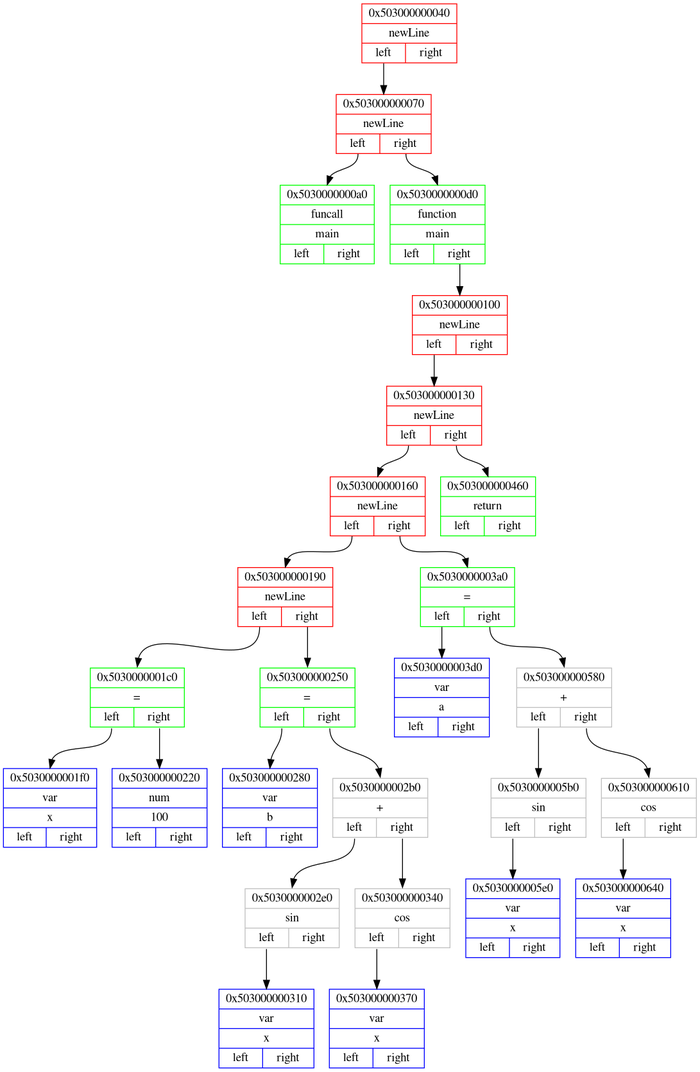
Earlier version of the Graphviz export png_files/middlendDotFile.dot.png (Matvey787/myProgLanguage). Its source is kept beside it as dot_files/middlendDotFile.dot.
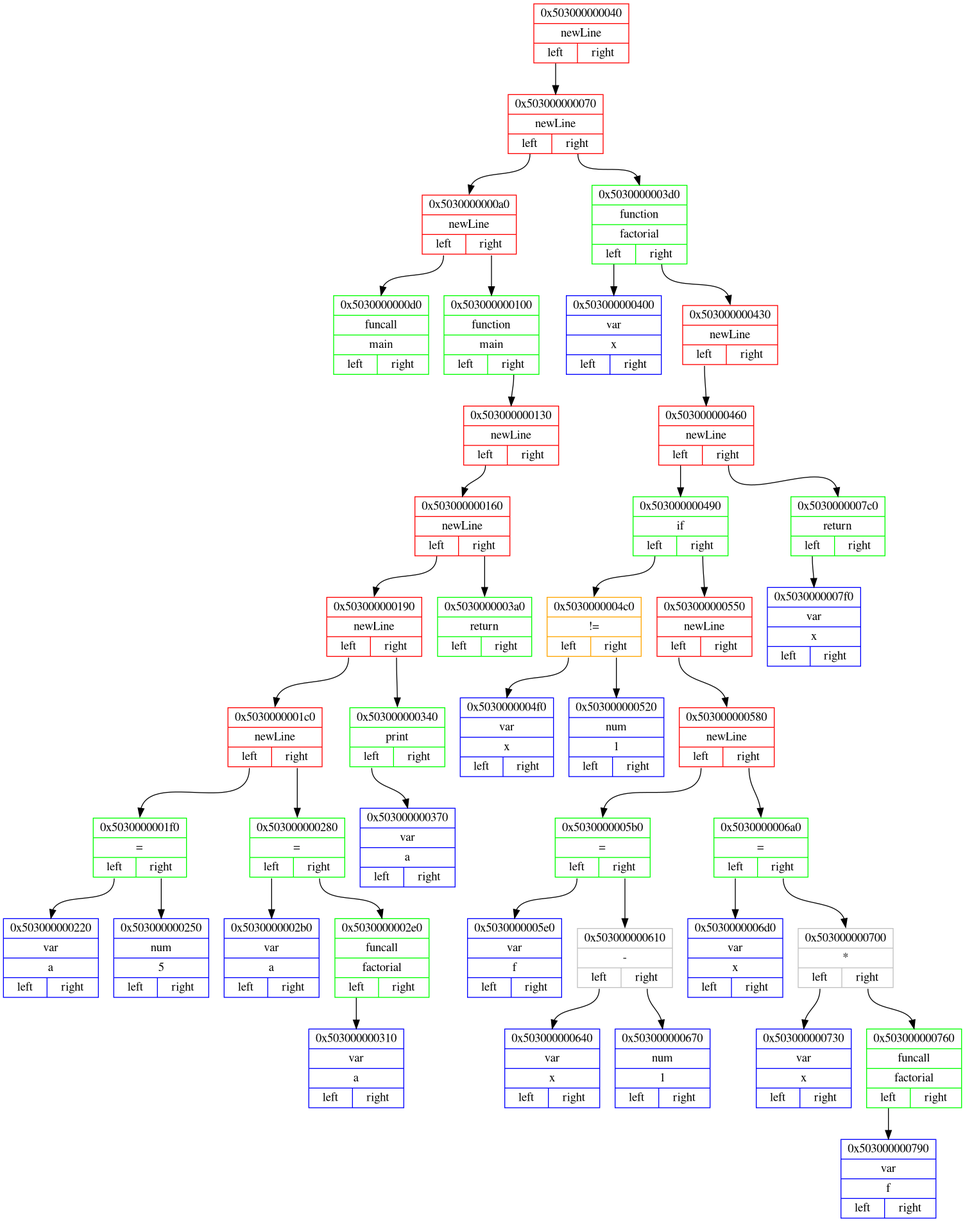
Later version of the same file.

Diff of the diagram source:
```diff
@@ -4,53 +4,85 @@
 
 node0x503000000040 [ shape=record, color = red rank = 1, label= "{ 0x503000000040 | newLine |         {<n0x503000000040_l> left | <n0x503000000040_r> right}} " ];
 node0x503000000070 [ shape=record, color = red rank = 2, label= "{ 0x503000000070 | newLine |         {<n0x503000000070_l> left | <n0x503000000070_r> right}} " ];
-node0x5030000000a0 [ shape=record, color = green rank = 3, label= "{ 0x5030000000a0 | funcall | main |         {<n0x5030000000a0_l> left | <n0x5030000000a0_r> right}} " ];
-node0x503000000070:<n0x503000000070_l>:s -> node0x5030000000a0:n [ color = black; ]
-node0x5030000000d0 [ shape=record, color = green rank = 4, label= "{ 0x5030000000d0 | function | main |         {<n0x5030000000d0_l> left | <n0x5030000000d0_r> right}} " ];
-node0x503000000100 [ shape=record, color = red rank = 5, label= "{ 0x503000000100 | newLine |         {<n0x503000000100_l> left | <n0x503000000100_r> right}} " ];
+node0x5030000000a0 [ shape=record, color = red rank = 3, label= "{ 0x5030000000a0 | newLine |         {<n0x5030000000a0_l> left | <n0x5030000000a0_r> right}} " ];
+node0x5030000000d0 [ shape=record, color = green rank = 4, label= "{ 0x5030000000d0 | funcall | main |         {<n0x5030000000d0_l> left | <n0x5030000000d0_r> right}} " ];
+node0x5030000000a0:<n0x5030000000a0_l>:s -> node0x5030000000d0:n [ color = black; ]
+node0x503000000100 [ shape=record, color = green rank = 5, label= "{ 0x503000000100 | function | main |         {<n0x503000000100_l> left | <n0x503000000100_r> right}} " ];
 node0x503000000130 [ shape=record, color = red rank = 6, label= "{ 0x503000000130 | newLine |         {<n0x503000000130_l> left | <n0x503000000130_r> right}} " ];
 node0x503000000160 [ shape=record, color = red rank = 7, label= "{ 0x503000000160 | newLine |         {<n0x503000000160_l> left | <n0x503000000160_r> right}} " ];
 node0x503000000190 [ shape=record, color = red rank = 8, label= "{ 0x503000000190 | newLine |         {<n0x503000000190_l> left | <n0x503000000190_r> right}} " ];
-node0x5030000001c0 [ shape=record, color = green rank = 9, label= "{ 0x5030000001c0 | = |         {<n0x5030000001c0_l> left | <n0x5030000001c0_r> right}} " ];
-node0x5030000001f0 [ shape=record, color = blue rank = 10, label= "{ 0x5030000001f0 | var | x |         {<n0x5030000001f0_l> left | <n0x5030000001f0_r> right}} " ];
+node0x5030000001c0 [ shape=record, color = red rank = 9, label= "{ 0x5030000001c0 | newLine |         {<n0x5030000001c0_l> left | <n0x5030000001c0_r> right}} " ];
+node0x5030000001f0 [ shape=record, color = green rank = 10, label= "{ 0x5030000001f0 | = |         {<n0x5030000001f0_l> left | <n0x5030000001f0_r> right}} " ];
+node0x503000000220 [ shape=record, color = blue rank = 11, label= "{ 0x503000000220 | var | a |         {<n0x503000000220_l> left | <n0x503000000220_r> right}} " ];
+node0x5030000001f0:<n0x5030000001f0_l>:s -> node0x503000000220:n [ color = black; ]
+node0x503000000250 [ shape=record, color = blue rank = 12, label= "{ 0x503000000250 | num | 5 |         {<n0x503000000250_l> left | <n0x503000000250_r> right}} " ];
+node0x5030000001f0:<n0x5030000001f0_r>:s -> node0x503000000250:n [ color = black; ]
 node0x5030000001c0:<n0x5030000001c0_l>:s -> node0x5030000001f0:n [ color = black; ]
-node0x503000000220 [ shape=record, color = blue rank = 11, label= "{ 0x503000000220 | num | 100 |         {<n0x503000000220_l> left | <n0x503000000220_r> right}} " ];
-node0x5030000001c0:<n0x5030000001c0_r>:s -> node0x503000000220:n [ color = black; ]
+node0x503000000280 [ shape=record, color = green rank = 11, label= "{ 0x503000000280 | = |         {<n0x503000000280_l> left | <n0x503000000280_r> right}} " ];
+node0x5030000002b0 [ shape=record, color = blue rank = 12, label= "{ 0x5030000002b0 | var | a |         {<n0x5030000002b0_l> left | <n0x5030000002b0_r> right}} " ];
+node0x503000000280:<n0x503000000280_l>:s -> node0x5030000002b0:n [ color = black; ]
+node0x5030000002e0 [ shape=record, color = green rank = 13, label= "{ 0x5030000002e0 | funcall | factorial |         {<n0x5030000002e0_l> left | <n0x5030000002e0_r> right}} " ];
+node0x503000000310 [ shape=record, color = blue rank = 14, label= "{ 0x503000000310 | var | a |         {<n0x503000000310_l> left | <n0x503000000310_r> right}} " ];
+node0x5030000002e0:<n0x5030000002e0_l>:s -> node0x503000000310:n [ color = black; ]
+node0x503000000280:<n0x503000000280_r>:s -> node0x5030000002e0:n [ color = black; ]
+node0x5030000001c0:<n0x5030000001c0_r>:s -> node0x503000000280:n [ color = black; ]
 node0x503000000190:<n0x503000000190_l>:s -> node0x5030000001c0:n [ color = black; ]
-node0x503000000250 [ shape=record, color = green rank = 10, label= "{ 0x503000000250 | = |         {<n0x503000000250_l> left | <n0x503000000250_r> right}} " ];
-node0x503000000280 [ shape=record, color = blue rank = 11, label= "{ 0x503000000280 | var | b |         {<n0x503000000280_l> left | <n0x503000000280_r> right}} " ];
-node0x503000000250:<n0x503000000250_l>:s -> node0x503000000280:n [ color = black; ]
-node0x5030000002b0 [ shape=record, color = grey rank = 12, label= "{ 0x5030000002b0 | + |         {<n0x5030000002b0_l> left | <n0x5030000002b0_r> right}} " ];
-node0x5030000002e0 [ shape=record, color = grey rank = 13, label= "{ 0x5030000002e0 | sin |         {<n0x5030000002e0_l> left | <n0x5030000002e0_r> right}} " ];
-node0x503000000310 [ shape=record, color = blue rank = 14, label= "{ 0x503000000310 | var | x |         {<n0x503000000310_l> left | <n0x503000000310_r> right}} " ];
-node0x5030000002e0:<n0x5030000002e0_l>:s -> node0x503000000310:n [ color = black; ]
-node0x5030000002b0:<n0x5030000002b0_l>:s -> node0x5030000002e0:n [ color = black; ]
-node0x503000000340 [ shape=record, color = grey rank = 14, label= "{ 0x503000000340 | cos |         {<n0x503000000340_l> left | <n0x503000000340_r> right}} " ];
-node0x503000000370 [ shape=record, color = blue rank = 15, label= "{ 0x503000000370 | var | x |         {<n0x503000000370_l> left | <n0x503000000370_r> right}} " ];
+node0x503000000340 [ shape=record, color = green rank = 10, label= "{ 0x503000000340 | print |         {<n0x503000000340_l> left | <n0x503000000340_r> right}} " ];
+node0x503000000370 [ shape=record, color = blue rank = 11, label= "{ 0x503000000370 | var | a |         {<n0x503000000370_l> left | <n0x503000000370_r> right}} " ];
 node0x503000000340:<n0x503000000340_l>:s -> node0x503000000370:n [ color = black; ]
-node0x5030000002b0:<n0x5030000002b0_r>:s -> node0x503000000340:n [ color = black; ]
-node0x503000000250:<n0x503000000250_r>:s -> node0x5030000002b0:n [ color = black; ]
-node0x503000000190:<n0x503000000190_r>:s -> node0x503000000250:n [ color = black; ]
+node0x503000000190:<n0x503000000190_r>:s -> node0x503000000340:n [ color = black; ]
 node0x503000000160:<n0x503000000160_l>:s -> node0x503000000190:n [ color = black; ]
-node0x5030000003a0 [ shape=record, color = green rank = 9, label= "{ 0x5030000003a0 | = |         {<n0x5030000003a0_l> left | <n0x5030000003a0_r> right}} " ];
-node0x5030000003d0 [ shape=record, color = blue rank = 10, label= "{ 0x5030000003d0 | var | a |         {<n0x5030000003d0_l> left | <n0x5030000003d0_r> right}} " ];
-node0x5030000003a0:<n0x5030000003a0_l>:s -> node0x5030000003d0:n [ color = black; ]
-node0x503000000580 [ shape=record, color = grey rank = 11, label= "{ 0x503000000580 | + |         {<n0x503000000580_l> left | <n0x503000000580_r> right}} " ];
-node0x5030000005b0 [ shape=record, color = grey rank = 12, label= "{ 0x5030000005b0 | sin |         {<n0x5030000005b0_l> left | <n0x5030000005b0_r> right}} " ];
-node0x5030000005e0 [ shape=record, color = blue rank = 13, label= "{ 0x5030000005e0 | var | x |         {<n0x5030000005e0_l> left | <n0x5030000005e0_r> right}} " ];
-node0x5030000005b0:<n0x5030000005b0_l>:s -> node0x5030000005e0:n [ color = black; ]
-node0x503000000580:<n0x503000000580_l>:s -> node0x5030000005b0:n [ color = black; ]
-node0x503000000610 [ shape=record, color = grey rank = 13, label= "{ 0x503000000610 | cos |         {<n0x503000000610_l> left | <n0x503000000610_r> right}} " ];
-node0x503000000640 [ shape=record, color = blue rank = 14, label= "{ 0x503000000640 | var | x |         {<n0x503000000640_l> left | <n0x503000000640_r> right}} " ];
-node0x503000000610:<n0x503000000610_l>:s -> node0x503000000640:n [ color = black; ]
-node0x503000000580:<n0x503000000580_r>:s -> node0x503000000610:n [ color = black; ]
-node0x5030000003a0:<n0x5030000003a0_r>:s -> node0x503000000580:n [ color = black; ]
+node0x5030000003a0 [ shape=record, color = green rank = 9, label= "{ 0x5030000003a0 | return |         {<n0x5030000003a0_l> left | <n0x5030000003a0_r> right}} " ];
 node0x503000000160:<n0x503000000160_r>:s -> node0x5030000003a0:n [ color = black; ]
 node0x503000000130:<n0x503000000130_l>:s -> node0x503000000160:n [ color = black; ]
-node0x503000000460 [ shape=record, color = green rank = 8, label= "{ 0x503000000460 | return |         {<n0x503000000460_l> left | <n0x503000000460_r> right}} " ];
-node0x503000000130:<n0x503000000130_r>:s -> node0x503000000460:n [ color = black; ]
-node0x503000000100:<n0x503000000100_l>:s -> node0x503000000130:n [ color = black; ]
-node0x5030000000d0:<n0x5030000000d0_r>:s -> node0x503000000100:n [ color = black; ]
-node0x503000000070:<n0x503000000070_r>:s -> node0x5030000000d0:n [ color = black; ]
+node0x503000000100:<n0x503000000100_r>:s -> node0x503000000130:n [ color = black; ]
+node0x5030000000a0:<n0x5030000000a0_r>:s -> node0x503000000100:n [ color = black; ]
+node0x503000000070:<n0x503000000070_l>:s -> node0x5030000000a0:n [ color = black; ]
+node0x5030000003d0 [ shape=record, color = green rank = 4, label= "{ 0x5030000003d0 | function | factorial |         {<n0x5030000003d0_l> left | <n0x5030000003d0_r> right}} " ];
+node0x503000000400 [ shape=record, color = blue rank = 5, label= "{ 0x503000000400 | var | x |         {<n0x503000000400_l> left | <n0x503000000400_r> right}} " ];
+node0x5030000003d0:<n0x5030000003d0_l>:s -> node0x503000000400:n [ color = black; ]
+node0x503000000430 [ shape=record, color = red rank = 6, label= "{ 0x503000000430 | newLine |         {<n0x503000000430_l> left | <n0x503000000430_r> right}} " ];
+node0x503000000460 [ shape=record, color = red rank = 7, label= "{ 0x503000000460 | newLine |         {<n0x503000000460_l> left | <n0x503000000460_r> right}} " ];
+node0x503000000490 [ shape=record, color = green rank = 8, label= "{ 0x503000000490 | if |         {<n0x503000000490_l> left | <n0x503000000490_r> right}} " ];
+node0x5030000004c0 [ shape=record, color = orange rank = 9, label= "{ 0x5030000004c0 | != |         {<n0x5030000004c0_l> left | <n0x5030000004c0_r> right}} " ];
+node0x5030000004f0 [ shape=record, color = blue rank = 10, label= "{ 0x5030000004f0 | var | x |         {<n0x5030000004f0_l> left | <n0x5030000004f0_r> right}} " ];
+node0x5030000004c0:<n0x5030000004c0_l>:s -> node0x5030000004f0:n [ color = black; ]
+node0x503000000520 [ shape=record, color = blue rank = 11, label= "{ 0x503000000520 | num | 1 |         {<n0x503000000520_l> left | <n0x503000000520_r> right}} " ];
+node0x5030000004c0:<n0x5030000004c0_r>:s -> node0x503000000520:n [ color = black; ]
+node0x503000000490:<n0x503000000490_l>:s -> node0x5030000004c0:n [ color = black; ]
+node0x503000000550 [ shape=record, color = red rank = 10, label= "{ 0x503000000550 | newLine |         {<n0x503000000550_l> left | <n0x503000000550_r> right}} " ];
+node0x503000000580 [ shape=record, color = red rank = 11, label= "{ 0x503000000580 | newLine |         {<n0x503000000580_l> left | <n0x503000000580_r> right}} " ];
+node0x5030000005b0 [ shape=record, color = green rank = 12, label= "{ 0x5030000005b0 | = |         {<n0x5030000005b0_l> left | <n0x5030000005b0_r> right}} " ];
+node0x5030000005e0 [ shape=record, color = blue rank = 13, label= "{ 0x5030000005e0 | var | f |         {<n0x5030000005e0_l> left | <n0x5030000005e0_r> right}} " ];
+node0x5030000005b0:<n0x5030000005b0_l>:s -> node0x5030000005e0:n [ color = black; ]
+node0x503000000610 [ shape=record, color = grey rank = 14, label= "{ 0x503000000610 | - |         {<n0x503000000610_l> left | <n0x503000000610_r> right}} " ];
+node0x503000000640 [ shape=record, color = blue rank = 15, label= "{ 0x503000000640 | var | x |         {<n0x503000000640_l> left | <n0x503000000640_r> right}} " ];
+node0x503000000610:<n0x503000000610_l>:s -> node0x503000000640:n [ color = black; ]
+node0x503000000670 [ shape=record, color = blue rank = 16, label= "{ 0x503000000670 | num | 1 |         {<n0x503000000670_l> left | <n0x503000000670_r> right}} " ];
+node0x503000000610:<n0x503000000610_r>:s -> node0x503000000670:n [ color = black; ]
+node0x5030000005b0:<n0x5030000005b0_r>:s -> node0x503000000610:n [ color = black; ]
+node0x503000000580:<n0x503000000580_l>:s -> node0x5030000005b0:n [ color = black; ]
+node0x5030000006a0 [ shape=record, color = green rank = 13, label= "{ 0x5030000006a0 | = |         {<n0x5030000006a0_l> left | <n0x5030000006a0_r> right}} " ];
+node0x5030000006d0 [ shape=record, color = blue rank = 14, label= "{ 0x5030000006d0 | var | x |         {<n0x5030000006d0_l> left | <n0x5030000006d0_r> right}} " ];
+node0x5030000006a0:<n0x5030000006a0_l>:s -> node0x5030000006d0:n [ color = black; ]
+node0x503000000700 [ shape=record, color = grey rank = 15, label= "{ 0x503000000700 | * |         {<n0x503000000700_l> left | <n0x503000000700_r> right}} " ];
+node0x503000000730 [ shape=record, color = blue rank = 16, label= "{ 0x503000000730 | var | x |         {<n0x503000000730_l> left | <n0x503000000730_r> right}} " ];
+node0x503000000700:<n0x503000000700_l>:s -> node0x503000000730:n [ color = black; ]
+node0x503000000760 [ shape=record, color = green rank = 17, label= "{ 0x503000000760 | funcall | factorial |         {<n0x503000000760_l> left | <n0x503000000760_r> right}} " ];
+node0x503000000790 [ shape=record, color = blue rank = 18, label= "{ 0x503000000790 | var | f |         {<n0x503000000790_l> left | <n0x503000000790_r> right}} " ];
+node0x503000000760:<n0x503000000760_l>:s -> node0x503000000790:n [ color = black; ]
+node0x503000000700:<n0x503000000700_r>:s -> node0x503000000760:n [ color = black; ]
+node0x5030000006a0:<n0x5030000006a0_r>:s -> node0x503000000700:n [ color = black; ]
+node0x503000000580:<n0x503000000580_r>:s -> node0x5030000006a0:n [ color = black; ]
+node0x503000000550:<n0x503000000550_l>:s -> node0x503000000580:n [ color = black; ]
+node0x503000000490:<n0x503000000490_r>:s -> node0x503000000550:n [ color = black; ]
+node0x503000000460:<n0x503000000460_l>:s -> node0x503000000490:n [ color = black; ]
+node0x5030000007c0 [ shape=record, color = green rank = 9, label= "{ 0x5030000007c0 | return |         {<n0x5030000007c0_l> left | <n0x5030000007c0_r> right}} " ];
+node0x5030000007f0 [ shape=record, color = blue rank = 10, label= "{ 0x5030000007f0 | var | x |         {<n0x5030000007f0_l> left | <n0x5030000007f0_r> right}} " ];
+node0x5030000007c0:<n0x5030000007c0_l>:s -> node0x5030000007f0:n [ color = black; ]
+node0x503000000460:<n0x503000000460_r>:s -> node0x5030000007c0:n [ color = black; ]
+node0x503000000430:<n0x503000000430_l>:s -> node0x503000000460:n [ color = black; ]
+node0x5030000003d0:<n0x5030000003d0_r>:s -> node0x503000000430:n [ color = black; ]
+node0x503000000070:<n0x503000000070_r>:s -> node0x5030000003d0:n [ color = black; ]
 node0x503000000040:<n0x503000000040_l>:s -> node0x503000000070:n [ color = black; ]
 }
```
